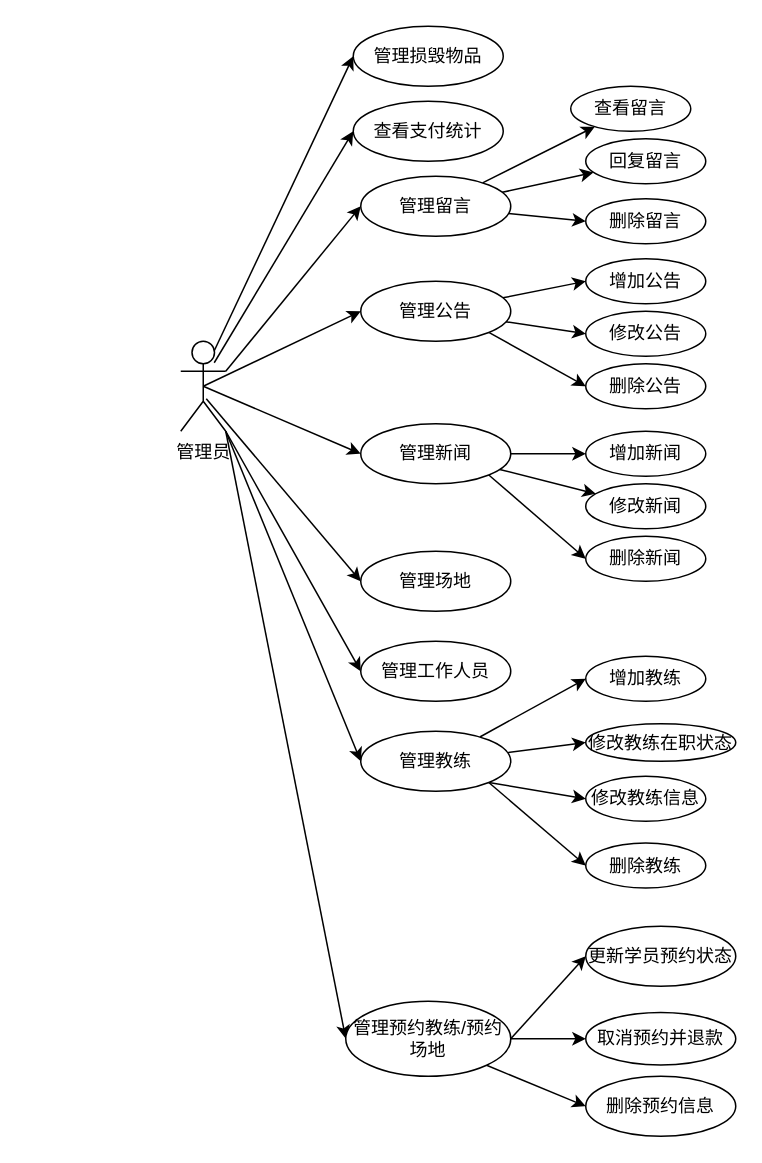
This is page "管理员用例" (4 of 9) of 未命名绘图.drawio from 194568/test1, a draw.io file, before an edit. Source tidied: cells renumbered, new cells numbered last; positions are measured from the earlier drawing's top-left corner, leaving out a move shared by most shapes. Both pictures are drawn from the tidied source at 150%, with x=0, y=0 at pixel (180, 26).
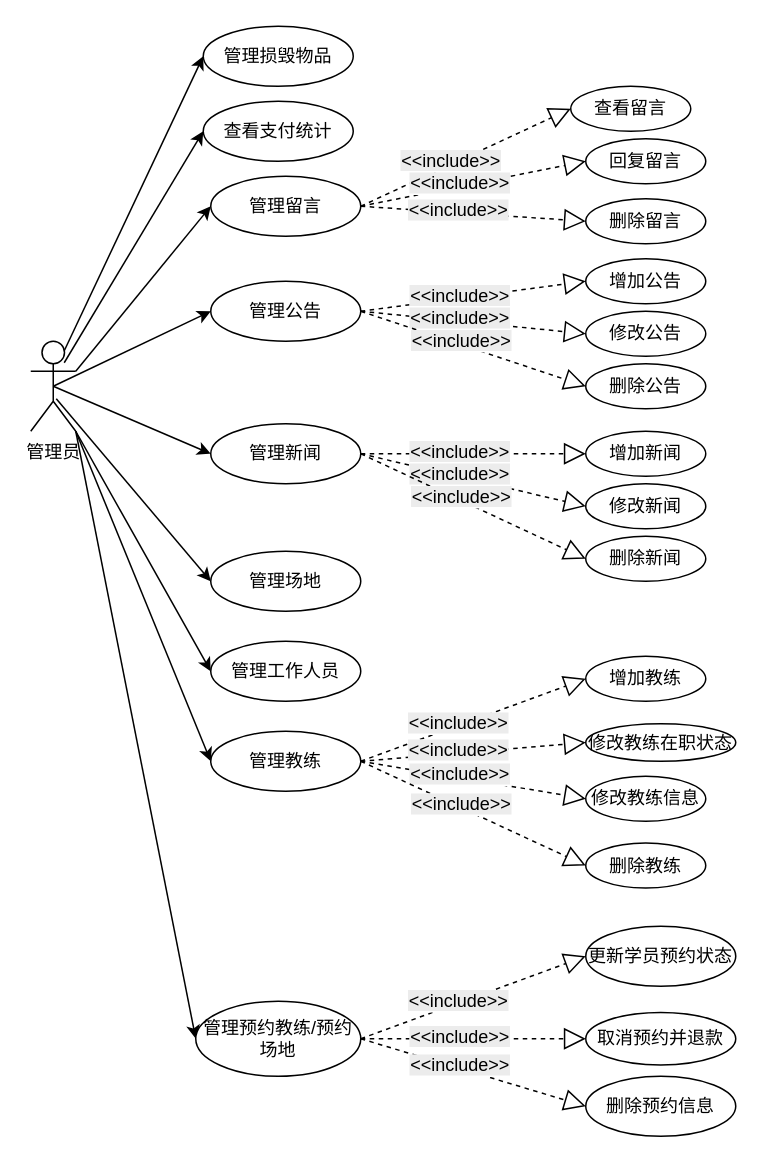
The same page after the edit.

Unchanged cells that the change refers to:
```xml
<mxCell id="37" value="查看留言" style="ellipse;whiteSpace=wrap;html=1;" parent="1" vertex="1">
  <mxGeometry x="260" y="40" width="80" height="30" as="geometry" />
</mxCell>
<mxCell id="38" value="回复留言" style="ellipse;whiteSpace=wrap;html=1;" parent="1" vertex="1">
  <mxGeometry x="270" y="75" width="80" height="30" as="geometry" />
</mxCell>
<mxCell id="39" value="删除留言" style="ellipse;whiteSpace=wrap;html=1;" parent="1" vertex="1">
  <mxGeometry x="270" y="115" width="80" height="30" as="geometry" />
</mxCell>
<mxCell id="40" value="增加公告" style="ellipse;whiteSpace=wrap;html=1;" parent="1" vertex="1">
  <mxGeometry x="270" y="155" width="80" height="30" as="geometry" />
</mxCell>
<mxCell id="41" value="修改公告" style="ellipse;whiteSpace=wrap;html=1;" parent="1" vertex="1">
  <mxGeometry x="270" y="190" width="80" height="30" as="geometry" />
</mxCell>
<mxCell id="42" value="删除公告" style="ellipse;whiteSpace=wrap;html=1;" parent="1" vertex="1">
  <mxGeometry x="270" y="225" width="80" height="30" as="geometry" />
</mxCell>
<mxCell id="43" value="增加新闻" style="ellipse;whiteSpace=wrap;html=1;" parent="1" vertex="1">
  <mxGeometry x="270" y="270" width="80" height="30" as="geometry" />
</mxCell>
<mxCell id="44" value="修改新闻" style="ellipse;whiteSpace=wrap;html=1;" parent="1" vertex="1">
  <mxGeometry x="270" y="305" width="80" height="30" as="geometry" />
</mxCell>
<mxCell id="45" value="删除新闻" style="ellipse;whiteSpace=wrap;html=1;" parent="1" vertex="1">
  <mxGeometry x="270" y="340" width="80" height="30" as="geometry" />
</mxCell>
<mxCell id="46" value="增加教练" style="ellipse;whiteSpace=wrap;html=1;" parent="1" vertex="1">
  <mxGeometry x="270" y="420" width="80" height="30" as="geometry" />
</mxCell>
<mxCell id="47" value="修改教练在职状态" style="ellipse;whiteSpace=wrap;html=1;" parent="1" vertex="1">
  <mxGeometry x="270" y="465" width="100" height="25" as="geometry" />
</mxCell>
<mxCell id="48" value="修改教练信息" style="ellipse;whiteSpace=wrap;html=1;" parent="1" vertex="1">
  <mxGeometry x="270" y="500" width="80" height="30" as="geometry" />
</mxCell>
<mxCell id="49" value="删除教练" style="ellipse;whiteSpace=wrap;html=1;" parent="1" vertex="1">
  <mxGeometry x="270" y="544.5" width="80" height="30" as="geometry" />
</mxCell>
<mxCell id="50" value="更新学员预约状态" style="ellipse;whiteSpace=wrap;html=1;" parent="1" vertex="1">
  <mxGeometry x="270" y="600" width="100" height="40" as="geometry" />
</mxCell>
<mxCell id="51" value="取消预约并退款" style="ellipse;whiteSpace=wrap;html=1;" parent="1" vertex="1">
  <mxGeometry x="270" y="657.5" width="100" height="35" as="geometry" />
</mxCell>
<mxCell id="52" value="删除预约信息" style="ellipse;whiteSpace=wrap;html=1;" parent="1" vertex="1">
  <mxGeometry x="270" y="700" width="100" height="40" as="geometry" />
</mxCell>
```

Diff of the diagram source:
```diff
@@
     <mxCell id="11" value="管理员" style="shape=umlActor;verticalLabelPosition=bottom;verticalAlign=top;html=1;" parent="1" vertex="1">
-      <mxGeometry y="210" width="30" height="60" as="geometry" />
+      <mxGeometry x="-100" y="210" width="30" height="60" as="geometry" />
     </mxCell>
     <mxCell id="12" value="管理损毁物品" style="ellipse;whiteSpace=wrap;html=1;" parent="1" vertex="1">
-      <mxGeometry x="115" width="100" height="40" as="geometry" />
+      <mxGeometry x="15" width="100" height="40" as="geometry" />
     </mxCell>
     <mxCell id="13" value="查看支付统计" style="ellipse;whiteSpace=wrap;html=1;" parent="1" vertex="1">
-      <mxGeometry x="115" y="50" width="100" height="40" as="geometry" />
+      <mxGeometry x="15" y="50" width="100" height="40" as="geometry" />
     </mxCell>
-    <mxCell id="14" style="rounded=0;jettySize=auto;html=1;" parent="1" edge="1" source="17" target="37">
-      <mxGeometry relative="1" as="geometry" />
-    </mxCell>
-    <mxCell id="15" style="rounded=0;jettySize=auto;html=1;" parent="1" edge="1" source="17" target="38">
-      <mxGeometry relative="1" as="geometry" />
-    </mxCell>
-    <mxCell id="16" style="rounded=0;jettySize=auto;html=1;entryX=0;entryY=0.5;entryDx=0;entryDy=0;" parent="1" edge="1" source="17" target="39">
-      <mxGeometry relative="1" as="geometry" />
-    </mxCell>
     <mxCell id="17" value="管理留言" style="ellipse;whiteSpace=wrap;html=1;" parent="1" vertex="1">
-      <mxGeometry x="120" y="100" width="100" height="40" as="geometry" />
+      <mxGeometry x="20" y="100" width="100" height="40" as="geometry" />
     </mxCell>
-    <mxCell id="18" style="rounded=0;jettySize=auto;html=1;entryX=0;entryY=0.5;entryDx=0;entryDy=0;" parent="1" edge="1" source="21" target="40">
-      <mxGeometry relative="1" as="geometry" />
-    </mxCell>
-    <mxCell id="19" style="rounded=0;jettySize=auto;html=1;entryX=0;entryY=0.5;entryDx=0;entryDy=0;" parent="1" edge="1" source="21" target="41">
-      <mxGeometry relative="1" as="geometry" />
-    </mxCell>
-    <mxCell id="20" style="rounded=0;jettySize=auto;html=1;exitX=1;exitY=1;exitDx=0;exitDy=0;entryX=0;entryY=0.5;entryDx=0;entryDy=0;" parent="1" edge="1" source="21" target="42">
-      <mxGeometry relative="1" as="geometry" />
-    </mxCell>
     <mxCell id="21" value="管理公告" style="ellipse;whiteSpace=wrap;html=1;" parent="1" vertex="1">
-      <mxGeometry x="120" y="170" width="100" height="40" as="geometry" />
+      <mxGeometry x="20" y="170" width="100" height="40" as="geometry" />
     </mxCell>
-    <mxCell id="22" style="rounded=0;jettySize=auto;html=1;" parent="1" edge="1" source="25" target="44">
-      <mxGeometry relative="1" as="geometry" />
-    </mxCell>
-    <mxCell id="23" style="edgeStyle=orthogonalEdgeStyle;rounded=0;jettySize=auto;html=1;entryX=0;entryY=0.5;entryDx=0;entryDy=0;" parent="1" edge="1" source="25" target="43">
-      <mxGeometry relative="1" as="geometry" />
-    </mxCell>
-    <mxCell id="24" style="rounded=0;jettySize=auto;html=1;exitX=1;exitY=1;exitDx=0;exitDy=0;entryX=0;entryY=0.5;entryDx=0;entryDy=0;" parent="1" edge="1" source="25" target="45">
-      <mxGeometry relative="1" as="geometry" />
-    </mxCell>
     <mxCell id="25" value="管理新闻" style="ellipse;whiteSpace=wrap;html=1;" parent="1" vertex="1">
-      <mxGeometry x="120" y="265" width="100" height="40" as="geometry" />
+      <mxGeometry x="20" y="265" width="100" height="40" as="geometry" />
     </mxCell>
     <mxCell id="26" value="管理场地" style="ellipse;whiteSpace=wrap;html=1;" parent="1" vertex="1">
-      <mxGeometry x="120" y="350" width="100" height="40" as="geometry" />
+      <mxGeometry x="20" y="350" width="100" height="40" as="geometry" />
     </mxCell>
     <mxCell id="27" value="管理工作人员" style="ellipse;whiteSpace=wrap;html=1;" parent="1" vertex="1">
-      <mxGeometry x="120" y="410" width="100" height="40" as="geometry" />
+      <mxGeometry x="20" y="410" width="100" height="40" as="geometry" />
     </mxCell>
-    <mxCell id="28" style="rounded=0;jettySize=auto;html=1;entryX=0;entryY=0.5;entryDx=0;entryDy=0;" parent="1" edge="1" source="32" target="46">
-      <mxGeometry relative="1" as="geometry" />
-    </mxCell>
-    <mxCell id="29" style="rounded=0;jettySize=auto;html=1;entryX=0;entryY=0.5;entryDx=0;entryDy=0;" parent="1" edge="1" source="32" target="47">
-      <mxGeometry relative="1" as="geometry" />
-    </mxCell>
-    <mxCell id="30" style="rounded=0;jettySize=auto;html=1;exitX=1;exitY=1;exitDx=0;exitDy=0;entryX=0;entryY=0.5;entryDx=0;entryDy=0;" parent="1" edge="1" source="32" target="48">
-      <mxGeometry relative="1" as="geometry" />
-    </mxCell>
-    <mxCell id="31" style="rounded=0;jettySize=auto;html=1;exitX=1;exitY=1;exitDx=0;exitDy=0;entryX=0;entryY=0.5;entryDx=0;entryDy=0;" parent="1" edge="1" source="32" target="49">
-      <mxGeometry relative="1" as="geometry" />
-    </mxCell>
     <mxCell id="32" value="管理教练" style="ellipse;whiteSpace=wrap;html=1;" parent="1" vertex="1">
-      <mxGeometry x="120" y="470" width="100" height="40" as="geometry" />
+      <mxGeometry x="20" y="470" width="100" height="40" as="geometry" />
     </mxCell>
-    <mxCell id="33" style="rounded=0;jettySize=auto;html=1;exitX=1;exitY=0.5;exitDx=0;exitDy=0;entryX=0;entryY=0.5;entryDx=0;entryDy=0;" parent="1" edge="1" source="36" target="50">
-      <mxGeometry relative="1" as="geometry" />
-    </mxCell>
-    <mxCell id="34" style="edgeStyle=orthogonalEdgeStyle;rounded=0;jettySize=auto;html=1;entryX=0;entryY=0.5;entryDx=0;entryDy=0;" parent="1" edge="1" source="36" target="51">
-      <mxGeometry relative="1" as="geometry" />
-    </mxCell>
-    <mxCell id="35" style="rounded=0;jettySize=auto;html=1;exitX=1;exitY=1;exitDx=0;exitDy=0;entryX=0;entryY=0.5;entryDx=0;entryDy=0;" parent="1" edge="1" source="36" target="52">
-      <mxGeometry relative="1" as="geometry" />
-    </mxCell>
     <mxCell id="36" value="管理预约教练/预约场地" style="ellipse;whiteSpace=wrap;html=1;" parent="1" vertex="1">
-      <mxGeometry x="110" y="650" width="110" height="50" as="geometry" />
+      <mxGeometry x="10" y="650" width="110" height="50" as="geometry" />
     </mxCell>
@@
+    <mxCell id="14" style="endArrow=block;dashed=1;endFill=0;endSize=12;html=1;rounded=0;entryX=0;entryY=0.5;entryDx=0;entryDy=0;exitX=1;exitY=0.5;exitDx=0;exitDy=0;" parent="1" edge="1" source="17" target="37">
+      <mxGeometry relative="1" as="geometry" />
+    </mxCell>
+    <mxCell id="53" value="&lt;span style=&quot;font-size: 12px; text-align: left; white-space: normal; background-color: rgb(236, 236, 236);&quot;&gt;&amp;lt;&amp;lt;include&amp;gt;&amp;gt;&lt;/span&gt;" style="edgeLabel;html=1;align=center;verticalAlign=middle;" parent="14" vertex="1">
+      <mxGeometry x="-0.13" y="2" relative="1" as="geometry" />
+    </mxCell>
+    <mxCell id="15" style="endArrow=block;dashed=1;endFill=0;endSize=12;html=1;rounded=0;exitX=1;exitY=0.5;exitDx=0;exitDy=0;entryX=0;entryY=0.5;entryDx=0;entryDy=0;" parent="1" edge="1" source="17" target="38">
+      <mxGeometry relative="1" as="geometry" />
+    </mxCell>
+    <mxCell id="54" value="&lt;span style=&quot;font-size: 12px; text-align: left; white-space: normal; background-color: rgb(236, 236, 236);&quot;&gt;&amp;lt;&amp;lt;include&amp;gt;&amp;gt;&lt;/span&gt;" style="edgeLabel;html=1;align=center;verticalAlign=middle;" parent="15" vertex="1">
+      <mxGeometry x="-0.13" y="2" relative="1" as="geometry" />
+    </mxCell>
+    <mxCell id="16" style="endArrow=block;dashed=1;endFill=0;endSize=12;html=1;rounded=0;exitX=1;exitY=0.5;exitDx=0;exitDy=0;entryX=0;entryY=0.5;entryDx=0;entryDy=0;" parent="1" edge="1" source="17" target="39">
+      <mxGeometry relative="1" as="geometry" />
+    </mxCell>
+    <mxCell id="55" value="&lt;span style=&quot;font-size: 12px; text-align: left; white-space: normal; background-color: rgb(236, 236, 236);&quot;&gt;&amp;lt;&amp;lt;include&amp;gt;&amp;gt;&lt;/span&gt;" style="edgeLabel;html=1;align=center;verticalAlign=middle;" parent="16" vertex="1">
+      <mxGeometry x="-0.13" y="2" relative="1" as="geometry" />
+    </mxCell>
+    <mxCell id="18" style="endArrow=block;dashed=1;endFill=0;endSize=12;html=1;rounded=0;entryX=0;entryY=0.5;entryDx=0;entryDy=0;exitX=1;exitY=0.5;exitDx=0;exitDy=0;" parent="1" edge="1" source="21" target="40">
+      <mxGeometry relative="1" as="geometry" />
+    </mxCell>
+    <mxCell id="56" value="&lt;span style=&quot;font-size: 12px; text-align: left; white-space: normal; background-color: rgb(236, 236, 236);&quot;&gt;&amp;lt;&amp;lt;include&amp;gt;&amp;gt;&lt;/span&gt;" style="edgeLabel;html=1;align=center;verticalAlign=middle;" parent="18" vertex="1">
+      <mxGeometry x="-0.13" y="2" relative="1" as="geometry" />
+    </mxCell>
+    <mxCell id="19" style="endArrow=block;dashed=1;endFill=0;endSize=12;html=1;rounded=0;exitX=1;exitY=0.5;exitDx=0;exitDy=0;entryX=0;entryY=0.5;entryDx=0;entryDy=0;" parent="1" edge="1" source="21" target="41">
+      <mxGeometry relative="1" as="geometry" />
+    </mxCell>
+    <mxCell id="57" value="&lt;span style=&quot;font-size: 12px; text-align: left; white-space: normal; background-color: rgb(236, 236, 236);&quot;&gt;&amp;lt;&amp;lt;include&amp;gt;&amp;gt;&lt;/span&gt;" style="edgeLabel;html=1;align=center;verticalAlign=middle;" parent="19" vertex="1">
+      <mxGeometry x="-0.13" y="2" relative="1" as="geometry" />
+    </mxCell>
+    <mxCell id="20" style="endArrow=block;dashed=1;endFill=0;endSize=12;html=1;rounded=0;exitX=1;exitY=0.5;exitDx=0;exitDy=0;entryX=0;entryY=0.5;entryDx=0;entryDy=0;" parent="1" edge="1" source="21" target="42">
+      <mxGeometry relative="1" as="geometry" />
+    </mxCell>
+    <mxCell id="58" value="&lt;span style=&quot;font-size: 12px; text-align: left; white-space: normal; background-color: rgb(236, 236, 236);&quot;&gt;&amp;lt;&amp;lt;include&amp;gt;&amp;gt;&lt;/span&gt;" style="edgeLabel;html=1;align=center;verticalAlign=middle;" parent="20" vertex="1">
+      <mxGeometry x="-0.13" y="2" relative="1" as="geometry" />
+    </mxCell>
+    <mxCell id="23" style="endArrow=block;dashed=1;endFill=0;endSize=12;html=1;rounded=0;exitX=1;exitY=0.5;exitDx=0;exitDy=0;entryX=0;entryY=0.5;entryDx=0;entryDy=0;" parent="1" edge="1" source="25" target="43">
+      <mxGeometry relative="1" as="geometry" />
+    </mxCell>
+    <mxCell id="59" value="&lt;span style=&quot;font-size: 12px; text-align: left; white-space: normal; background-color: rgb(236, 236, 236);&quot;&gt;&amp;lt;&amp;lt;include&amp;gt;&amp;gt;&lt;/span&gt;" style="edgeLabel;html=1;align=center;verticalAlign=middle;" parent="23" vertex="1">
+      <mxGeometry x="-0.13" y="2" relative="1" as="geometry" />
+    </mxCell>
+    <mxCell id="22" style="endArrow=block;dashed=1;endFill=0;endSize=12;html=1;rounded=0;exitX=1;exitY=0.5;exitDx=0;exitDy=0;entryX=0;entryY=0.5;entryDx=0;entryDy=0;" parent="1" edge="1" source="25" target="44">
+      <mxGeometry relative="1" as="geometry" />
+    </mxCell>
+    <mxCell id="60" value="&lt;span style=&quot;font-size: 12px; text-align: left; white-space: normal; background-color: rgb(236, 236, 236);&quot;&gt;&amp;lt;&amp;lt;include&amp;gt;&amp;gt;&lt;/span&gt;" style="edgeLabel;html=1;align=center;verticalAlign=middle;" parent="22" vertex="1">
+      <mxGeometry x="-0.13" y="2" relative="1" as="geometry" />
+    </mxCell>
+    <mxCell id="24" style="endArrow=block;dashed=1;endFill=0;endSize=12;html=1;rounded=0;exitX=1;exitY=0.5;exitDx=0;exitDy=0;entryX=0;entryY=0.5;entryDx=0;entryDy=0;" parent="1" edge="1" source="25" target="45">
+      <mxGeometry relative="1" as="geometry" />
+    </mxCell>
+    <mxCell id="61" value="&lt;span style=&quot;font-size: 12px; text-align: left; white-space: normal; background-color: rgb(236, 236, 236);&quot;&gt;&amp;lt;&amp;lt;include&amp;gt;&amp;gt;&lt;/span&gt;" style="edgeLabel;html=1;align=center;verticalAlign=middle;" parent="24" vertex="1">
+      <mxGeometry x="-0.13" y="2" relative="1" as="geometry" />
+    </mxCell>
+    <mxCell id="28" style="endArrow=block;dashed=1;endFill=0;endSize=12;html=1;rounded=0;exitX=1;exitY=0.5;exitDx=0;exitDy=0;entryX=0;entryY=0.5;entryDx=0;entryDy=0;" parent="1" edge="1" source="32" target="46">
+      <mxGeometry relative="1" as="geometry" />
+    </mxCell>
+    <mxCell id="62" value="&lt;span style=&quot;font-size: 12px; text-align: left; white-space: normal; background-color: rgb(236, 236, 236);&quot;&gt;&amp;lt;&amp;lt;include&amp;gt;&amp;gt;&lt;/span&gt;" style="edgeLabel;html=1;align=center;verticalAlign=middle;" parent="28" vertex="1">
+      <mxGeometry x="-0.13" y="2" relative="1" as="geometry" />
+    </mxCell>
+    <mxCell id="29" style="endArrow=block;dashed=1;endFill=0;endSize=12;html=1;rounded=0;exitX=1;exitY=0.5;exitDx=0;exitDy=0;entryX=0;entryY=0.5;entryDx=0;entryDy=0;" parent="1" edge="1" source="32" target="47">
+      <mxGeometry relative="1" as="geometry" />
+    </mxCell>
+    <mxCell id="63" value="&lt;span style=&quot;font-size: 12px; text-align: left; white-space: normal; background-color: rgb(236, 236, 236);&quot;&gt;&amp;lt;&amp;lt;include&amp;gt;&amp;gt;&lt;/span&gt;" style="edgeLabel;html=1;align=center;verticalAlign=middle;" parent="29" vertex="1">
+      <mxGeometry x="-0.13" y="2" relative="1" as="geometry" />
+    </mxCell>
+    <mxCell id="30" style="endArrow=block;dashed=1;endFill=0;endSize=12;html=1;rounded=0;exitX=1;exitY=0.5;exitDx=0;exitDy=0;entryX=0;entryY=0.5;entryDx=0;entryDy=0;" parent="1" edge="1" source="32" target="48">
+      <mxGeometry relative="1" as="geometry" />
+    </mxCell>
+    <mxCell id="64" value="&lt;span style=&quot;font-size: 12px; text-align: left; white-space: normal; background-color: rgb(236, 236, 236);&quot;&gt;&amp;lt;&amp;lt;include&amp;gt;&amp;gt;&lt;/span&gt;" style="edgeLabel;html=1;align=center;verticalAlign=middle;" parent="30" vertex="1">
+      <mxGeometry x="-0.13" y="2" relative="1" as="geometry" />
+    </mxCell>
+    <mxCell id="31" style="endArrow=block;dashed=1;endFill=0;endSize=12;html=1;rounded=0;exitX=1;exitY=0.5;exitDx=0;exitDy=0;entryX=0;entryY=0.5;entryDx=0;entryDy=0;" parent="1" edge="1" source="32" target="49">
+      <mxGeometry relative="1" as="geometry" />
+    </mxCell>
+    <mxCell id="65" value="&lt;span style=&quot;font-size: 12px; text-align: left; white-space: normal; background-color: rgb(236, 236, 236);&quot;&gt;&amp;lt;&amp;lt;include&amp;gt;&amp;gt;&lt;/span&gt;" style="edgeLabel;html=1;align=center;verticalAlign=middle;" parent="31" vertex="1">
+      <mxGeometry x="-0.13" y="2" relative="1" as="geometry" />
+    </mxCell>
+    <mxCell id="33" style="endArrow=block;dashed=1;endFill=0;endSize=12;html=1;rounded=0;exitX=1;exitY=0.5;exitDx=0;exitDy=0;entryX=0;entryY=0.5;entryDx=0;entryDy=0;" parent="1" edge="1" source="36" target="50">
+      <mxGeometry relative="1" as="geometry" />
+    </mxCell>
+    <mxCell id="66" value="&lt;span style=&quot;font-size: 12px; text-align: left; white-space: normal; background-color: rgb(236, 236, 236);&quot;&gt;&amp;lt;&amp;lt;include&amp;gt;&amp;gt;&lt;/span&gt;" style="edgeLabel;html=1;align=center;verticalAlign=middle;" parent="33" vertex="1">
+      <mxGeometry x="-0.13" y="2" relative="1" as="geometry" />
+    </mxCell>
+    <mxCell id="34" style="endArrow=block;dashed=1;endFill=0;endSize=12;html=1;rounded=0;exitX=1;exitY=0.5;exitDx=0;exitDy=0;entryX=0;entryY=0.5;entryDx=0;entryDy=0;" parent="1" edge="1" source="36" target="51">
+      <mxGeometry relative="1" as="geometry" />
+    </mxCell>
+    <mxCell id="67" value="&lt;span style=&quot;font-size: 12px; text-align: left; white-space: normal; background-color: rgb(236, 236, 236);&quot;&gt;&amp;lt;&amp;lt;include&amp;gt;&amp;gt;&lt;/span&gt;" style="edgeLabel;html=1;align=center;verticalAlign=middle;" parent="34" vertex="1">
+      <mxGeometry x="-0.13" y="2" relative="1" as="geometry" />
+    </mxCell>
+    <mxCell id="35" style="endArrow=block;dashed=1;endFill=0;endSize=12;html=1;rounded=0;exitX=1;exitY=0.5;exitDx=0;exitDy=0;entryX=0;entryY=0.5;entryDx=0;entryDy=0;" parent="1" edge="1" source="36" target="52">
+      <mxGeometry relative="1" as="geometry" />
+    </mxCell>
+    <mxCell id="68" value="&lt;span style=&quot;font-size: 12px; text-align: left; white-space: normal; background-color: rgb(236, 236, 236);&quot;&gt;&amp;lt;&amp;lt;include&amp;gt;&amp;gt;&lt;/span&gt;" style="edgeLabel;html=1;align=center;verticalAlign=middle;" parent="35" vertex="1">
+      <mxGeometry x="-0.13" y="2" relative="1" as="geometry" />
+    </mxCell>
```
